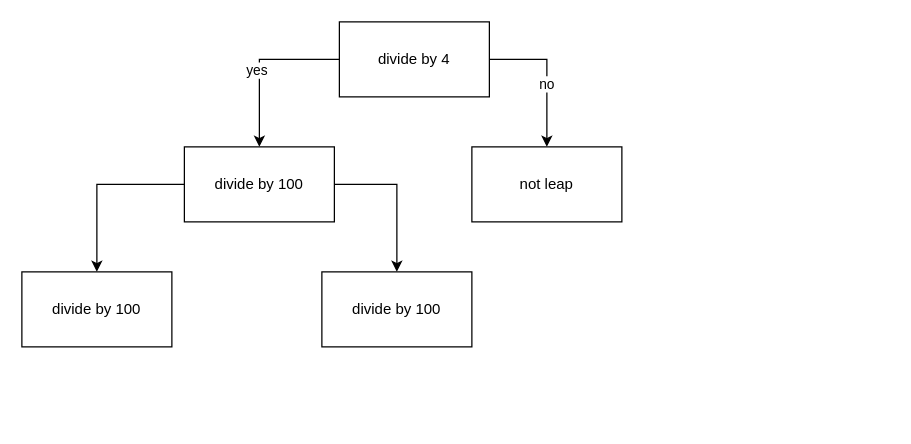
Above: PAP/leap year.drawio in felianfilian/python_bootcamp_01 (draw.io), before the change. Source tidied: cells renumbered, new cells numbered last; positions are measured from the earlier drawing's top-left corner, leaving out a move shared by most shapes. Both pictures are drawn from the tidied source at 125%, with x=0, y=0 at pixel (21, 21).
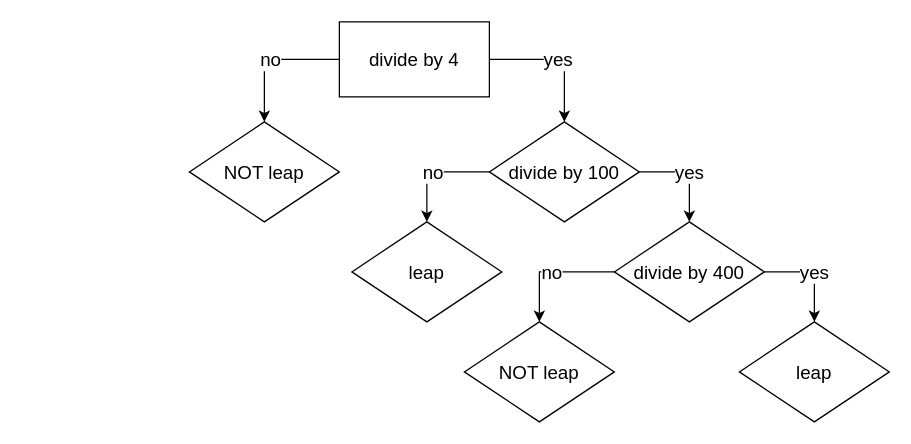
The same page after the edit.

Diff of the diagram source:
```diff
@@
 <mxGraphModel>
   <root>
     <mxCell id="0" />
     <mxCell id="1" parent="0" />
-    <mxCell id="2" style="edgeStyle=orthogonalEdgeStyle;rounded=0;jettySize=auto;html=1;exitX=0;exitY=0.5;exitDx=0;exitDy=0;" parent="1" edge="1" source="5" target="8">
-      <mxGeometry relative="1" as="geometry" />
-    </mxCell>
-    <mxCell id="3" value="&lt;div&gt;yes&lt;/div&gt;" style="edgeLabel;html=1;align=center;verticalAlign=middle;" parent="2" vertex="1">
-      <mxGeometry x="0.08" y="-3" relative="1" as="geometry" />
-    </mxCell>
-    <mxCell id="4" value="no" style="edgeStyle=orthogonalEdgeStyle;rounded=0;jettySize=auto;html=1;exitX=1;exitY=0.5;exitDx=0;exitDy=0;" parent="1" edge="1" source="5" target="9">
-      <mxGeometry x="0.14" relative="1" as="geometry" />
-    </mxCell>
+    <mxCell id="12" value="yes" style="edgeStyle=orthogonalEdgeStyle;rounded=0;jettySize=auto;html=1;exitX=1;exitY=0.5;exitDx=0;exitDy=0;fontSize=15;" parent="1" edge="1" source="5" target="17">
+      <mxGeometry relative="1" as="geometry" />
+    </mxCell>
+    <mxCell id="13" value="no" style="edgeStyle=orthogonalEdgeStyle;rounded=0;jettySize=auto;html=1;entryX=0.5;entryY=0;entryDx=0;entryDy=0;exitX=0;exitY=0.5;exitDx=0;exitDy=0;fontSize=15;" parent="1" edge="1" source="5" target="14">
+      <mxGeometry relative="1" as="geometry" />
+    </mxCell>
-    <mxCell id="5" value="divide by 4" style="rounded=0;whiteSpace=wrap;html=1;" parent="1" vertex="1">
+    <mxCell id="5" value="divide by 4" style="rounded=0;whiteSpace=wrap;html=1;fontSize=15;" parent="1" vertex="1">
       <mxGeometry x="254" width="120" height="60" as="geometry" />
     </mxCell>
-    <mxCell id="6" style="edgeStyle=orthogonalEdgeStyle;rounded=0;jettySize=auto;html=1;exitX=1;exitY=0.5;exitDx=0;exitDy=0;" parent="1" edge="1" source="8" target="10">
-      <mxGeometry relative="1" as="geometry" />
-    </mxCell>
-    <mxCell id="7" style="edgeStyle=orthogonalEdgeStyle;rounded=0;jettySize=auto;html=1;" parent="1" edge="1" source="8" target="11">
-      <mxGeometry relative="1" as="geometry" />
-    </mxCell>
-    <mxCell id="8" value="&lt;div&gt;divide by 100&lt;/div&gt;" style="rounded=0;whiteSpace=wrap;html=1;" parent="1" vertex="1">
-      <mxGeometry x="130" y="100" width="120" height="60" as="geometry" />
-    </mxCell>
-    <mxCell id="9" value="not leap" style="rounded=0;whiteSpace=wrap;html=1;" parent="1" vertex="1">
-      <mxGeometry x="360" y="100" width="120" height="60" as="geometry" />
-    </mxCell>
-    <mxCell id="10" value="&lt;div&gt;divide by 100&lt;/div&gt;" style="rounded=0;whiteSpace=wrap;html=1;" parent="1" vertex="1">
-      <mxGeometry x="240" y="200" width="120" height="60" as="geometry" />
-    </mxCell>
-    <mxCell id="11" value="&lt;div&gt;divide by 100&lt;/div&gt;" style="rounded=0;whiteSpace=wrap;html=1;" parent="1" vertex="1">
-      <mxGeometry y="200" width="120" height="60" as="geometry" />
-    </mxCell>
+    <mxCell id="14" value="NOT leap" style="rhombus;whiteSpace=wrap;html=1;fillColor=default;gradientColor=none;fontSize=15;" parent="1" vertex="1">
+      <mxGeometry x="134" y="80" width="120" height="80" as="geometry" />
+    </mxCell>
+    <mxCell id="15" value="no" style="edgeStyle=orthogonalEdgeStyle;rounded=0;jettySize=auto;html=1;exitX=0;exitY=0.5;exitDx=0;exitDy=0;fontSize=15;" parent="1" edge="1" source="17" target="18">
+      <mxGeometry relative="1" as="geometry" />
+    </mxCell>
+    <mxCell id="16" value="yes" style="edgeStyle=orthogonalEdgeStyle;rounded=0;jettySize=auto;html=1;exitX=1;exitY=0.5;exitDx=0;exitDy=0;fontSize=15;" parent="1" edge="1" source="17" target="21">
+      <mxGeometry relative="1" as="geometry" />
+    </mxCell>
+    <mxCell id="17" value="divide by 100" style="rhombus;whiteSpace=wrap;html=1;fillColor=default;gradientColor=none;fontSize=15;" parent="1" vertex="1">
+      <mxGeometry x="374" y="80" width="120" height="80" as="geometry" />
+    </mxCell>
+    <mxCell id="18" value="leap" style="rhombus;whiteSpace=wrap;html=1;fillColor=default;gradientColor=none;fontSize=15;" parent="1" vertex="1">
+      <mxGeometry x="264" y="160" width="120" height="80" as="geometry" />
+    </mxCell>
+    <mxCell id="19" value="no" style="edgeStyle=orthogonalEdgeStyle;rounded=0;jettySize=auto;html=1;exitX=0;exitY=0.5;exitDx=0;exitDy=0;fontSize=15;" parent="1" edge="1" source="21" target="22">
+      <mxGeometry relative="1" as="geometry" />
+    </mxCell>
+    <mxCell id="20" value="yes" style="edgeStyle=orthogonalEdgeStyle;rounded=0;jettySize=auto;html=1;exitX=1;exitY=0.5;exitDx=0;exitDy=0;fontSize=15;" parent="1" edge="1" source="21" target="23">
+      <mxGeometry relative="1" as="geometry" />
+    </mxCell>
+    <mxCell id="21" value="divide by 400" style="rhombus;whiteSpace=wrap;html=1;fillColor=default;gradientColor=none;fontSize=15;" parent="1" vertex="1">
+      <mxGeometry x="474" y="160" width="120" height="80" as="geometry" />
+    </mxCell>
+    <mxCell id="22" value="NOT leap" style="rhombus;whiteSpace=wrap;html=1;fillColor=default;gradientColor=none;fontSize=15;" parent="1" vertex="1">
+      <mxGeometry x="354" y="240" width="120" height="80" as="geometry" />
+    </mxCell>
+    <mxCell id="23" value="leap" style="rhombus;whiteSpace=wrap;html=1;fillColor=default;gradientColor=none;fontSize=15;" parent="1" vertex="1">
+      <mxGeometry x="574" y="240" width="120" height="80" as="geometry" />
+    </mxCell>
   </root>
 </mxGraphModel>
```
